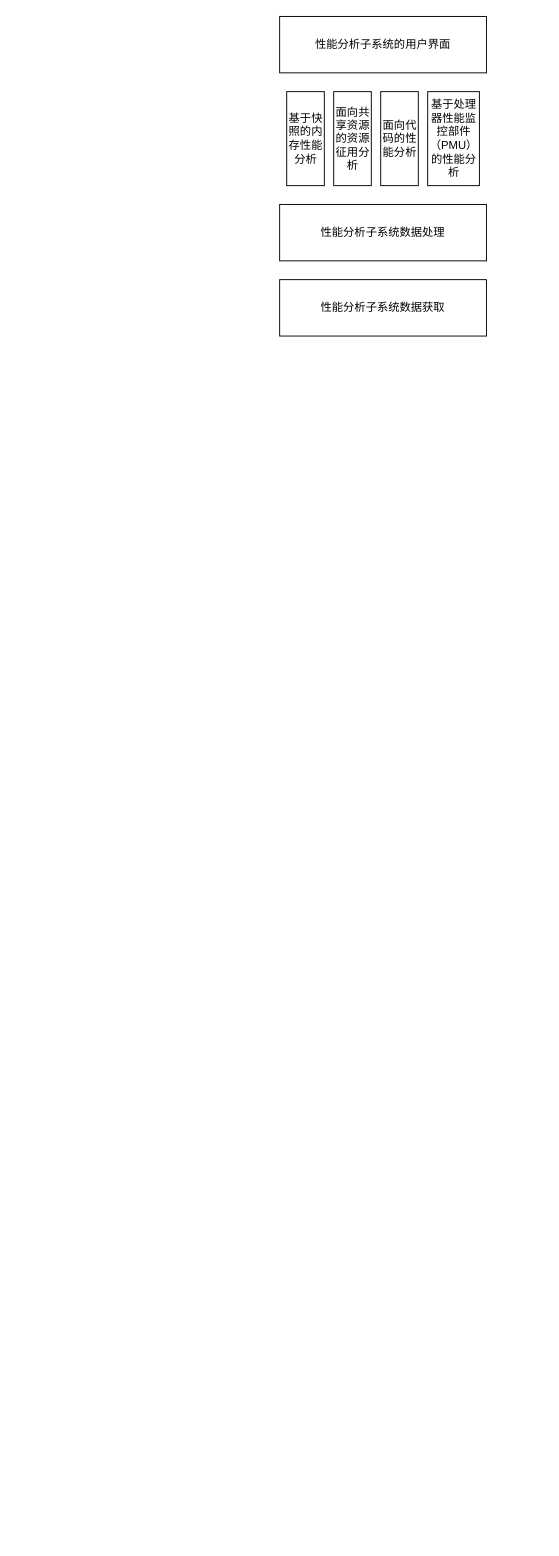
Earlier version of the draw.io diagram page "第 2 页" (2 of 2) of Untitled Diagram.drawio (liuyifeng123321/worker). Source tidied: cells renumbered, new cells numbered last; positions are measured from the earlier drawing's top-left corner, leaving out a move shared by most shapes. Both pictures are drawn from the tidied source at 94%, with x=0, y=0 at pixel (279, 16).
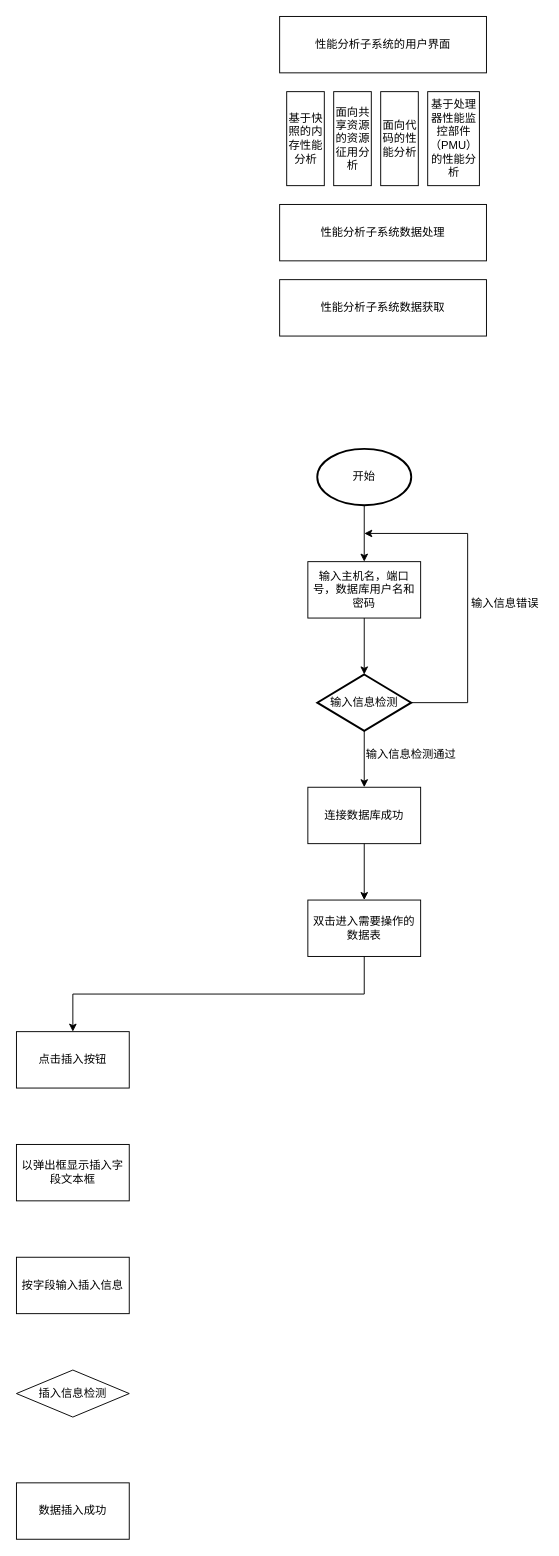
After the change.

What changed in the source:
```diff
@@
+    <mxCell id="9" value="开始" style="strokeWidth=2;html=1;shape=mxgraph.flowchart.start_1;whiteSpace=wrap;" parent="1" vertex="1">
+      <mxGeometry x="40" y="460" width="100" height="60" as="geometry" />
+    </mxCell>
+    <mxCell id="10" value="输入主机名，端口号，数据库用户名和密码" style="rounded=0;whiteSpace=wrap;html=1;" parent="1" vertex="1">
+      <mxGeometry x="30" y="580" width="120" height="60" as="geometry" />
+    </mxCell>
+    <mxCell id="11" style="endArrow=classic;html=1;rounded=0;exitX=0.5;exitY=1;exitDx=0;exitDy=0;exitPerimeter=0;entryX=0.5;entryY=0;entryDx=0;entryDy=0;" parent="1" edge="1" source="9" target="10">
+      <mxGeometry relative="1" as="geometry" />
+    </mxCell>
+    <mxCell id="12" value="输入信息检测" style="strokeWidth=2;html=1;shape=mxgraph.flowchart.decision;whiteSpace=wrap;" parent="1" vertex="1">
+      <mxGeometry x="40" y="700" width="100" height="60" as="geometry" />
+    </mxCell>
+    <mxCell id="13" style="endArrow=none;html=1;rounded=0;exitX=1;exitY=0.5;exitDx=0;exitDy=0;exitPerimeter=0;" parent="1" edge="1" source="12">
+      <mxGeometry relative="1" as="geometry">
+        <mxPoint x="200" y="730" as="targetPoint" />
+      </mxGeometry>
+    </mxCell>
+    <mxCell id="14" style="endArrow=none;html=1;rounded=0;" parent="1" edge="1">
+      <mxGeometry relative="1" as="geometry">
+        <mxPoint x="200" y="550" as="sourcePoint" />
+        <mxPoint x="200" y="730" as="targetPoint" />
+      </mxGeometry>
+    </mxCell>
+    <mxCell id="15" style="endArrow=classic;html=1;rounded=0;" parent="1" edge="1">
+      <mxGeometry relative="1" as="geometry">
+        <mxPoint x="200" y="550" as="sourcePoint" />
+        <mxPoint x="90" y="550" as="targetPoint" />
+      </mxGeometry>
+    </mxCell>
+    <mxCell id="16" value="输入信息错误" style="text;html=1;strokeColor=none;fillColor=none;align=center;verticalAlign=middle;whiteSpace=wrap;rounded=0;" parent="1" vertex="1">
+      <mxGeometry x="200" y="610" width="80" height="30" as="geometry" />
+    </mxCell>
+    <mxCell id="17" style="endArrow=classic;html=1;rounded=0;" parent="1" edge="1" source="10" target="12">
+      <mxGeometry relative="1" as="geometry" />
+    </mxCell>
+    <mxCell id="18" value="连接数据库成功" style="rounded=0;whiteSpace=wrap;html=1;" parent="1" vertex="1">
+      <mxGeometry x="30" y="820" width="120" height="60" as="geometry" />
+    </mxCell>
+    <mxCell id="19" style="endArrow=classic;html=1;rounded=0;exitX=0.5;exitY=1;exitDx=0;exitDy=0;exitPerimeter=0;entryX=0.5;entryY=0;entryDx=0;entryDy=0;" parent="1" edge="1" source="12" target="18">
+      <mxGeometry relative="1" as="geometry" />
+    </mxCell>
+    <mxCell id="20" value="输入信息检测通过" style="text;html=1;strokeColor=none;fillColor=none;align=center;verticalAlign=middle;whiteSpace=wrap;rounded=0;" parent="1" vertex="1">
+      <mxGeometry x="80" y="770" width="120" height="30" as="geometry" />
+    </mxCell>
+    <mxCell id="21" value="双击进入需要操作的数据表" style="rounded=0;whiteSpace=wrap;html=1;" parent="1" vertex="1">
+      <mxGeometry x="30" y="940" width="120" height="60" as="geometry" />
+    </mxCell>
+    <mxCell id="22" style="endArrow=classic;html=1;rounded=0;exitX=0.5;exitY=1;exitDx=0;exitDy=0;entryX=0.5;entryY=0;entryDx=0;entryDy=0;" parent="1" edge="1" source="18" target="21">
+      <mxGeometry relative="1" as="geometry" />
+    </mxCell>
+    <mxCell id="23" value="点击插入按钮" style="rounded=0;whiteSpace=wrap;html=1;" parent="1" vertex="1">
+      <mxGeometry x="-280" y="1080" width="120" height="60" as="geometry" />
+    </mxCell>
+    <mxCell id="24" value="以弹出框显示插入字段文本框" style="rounded=0;whiteSpace=wrap;html=1;" parent="1" vertex="1">
+      <mxGeometry x="-280" y="1200" width="120" height="60" as="geometry" />
+    </mxCell>
+    <mxCell id="25" value="按字段输入插入信息" style="rounded=0;whiteSpace=wrap;html=1;" parent="1" vertex="1">
+      <mxGeometry x="-280" y="1320" width="120" height="60" as="geometry" />
+    </mxCell>
+    <mxCell id="26" value="插入信息检测" style="rhombus;whiteSpace=wrap;html=1;" parent="1" vertex="1">
+      <mxGeometry x="-280" y="1440" width="120" height="50" as="geometry" />
+    </mxCell>
+    <mxCell id="27" value="数据插入成功" style="rounded=0;whiteSpace=wrap;html=1;" parent="1" vertex="1">
+      <mxGeometry x="-280" y="1560" width="120" height="60" as="geometry" />
+    </mxCell>
+    <mxCell id="28" style="endArrow=none;html=1;rounded=0;entryX=0.5;entryY=1;entryDx=0;entryDy=0;" parent="1" edge="1" target="21">
+      <mxGeometry relative="1" as="geometry">
+        <mxPoint x="90" y="1040" as="sourcePoint" />
+      </mxGeometry>
+    </mxCell>
+    <mxCell id="29" style="endArrow=none;html=1;rounded=0;" parent="1" edge="1">
+      <mxGeometry relative="1" as="geometry">
+        <mxPoint x="90" y="1040" as="sourcePoint" />
+        <mxPoint x="-220" y="1040" as="targetPoint" />
+      </mxGeometry>
+    </mxCell>
+    <mxCell id="30" style="endArrow=classic;html=1;rounded=0;" parent="1" edge="1" target="23">
+      <mxGeometry relative="1" as="geometry">
+        <mxPoint x="-220" y="1040" as="sourcePoint" />
+      </mxGeometry>
+    </mxCell>
```
